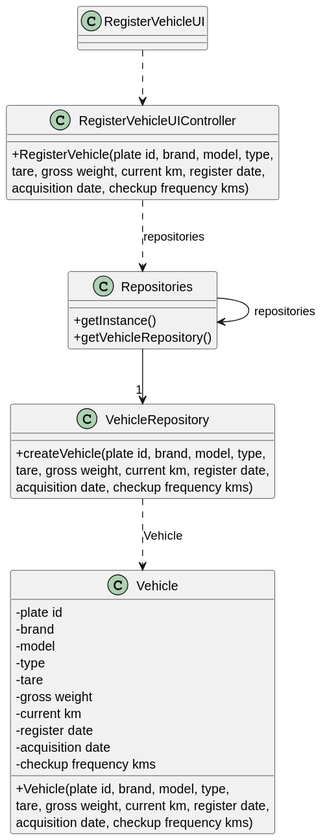
Rui-San/LAPR2_2023_2024 keeps this PlantUML diagram as docs/sprintB/us006/03.design/svg/us006-class-diagram.svg. Above is the earlier version. The source it was exported from:
```plantuml
@startuml
skinparam packageStyle rectangle
skinparam shadowing false
skinparam linetype polyline

skinparam classAttributeIconSize 0


class RegisterVehicleUI{

}

class RegisterVehicleUIController{
    +RegisterVehicle(plate id, brand, model, type,\ntare, gross weight, current km, register date,\nacquisition date, checkup frequency kms)
}

class Repositories{
    +getInstance()
    +getVehicleRepository()
}

class VehicleRepository{
    +createVehicle(plate id, brand, model, type,\ntare, gross weight, current km, register date,\nacquisition date, checkup frequency kms)
}

class Vehicle{
    -plate id
    -brand
    -model
    -type
    -tare
    -gross weight
    -current km
    -register date
    -acquisition date
    -checkup frequency kms
    +Vehicle(plate id, brand, model, type,\ntare, gross weight, current km, register date,\nacquisition date, checkup frequency kms)
}

RegisterVehicleUI ..> RegisterVehicleUIController
RegisterVehicleUIController ..> Repositories : repositories
Repositories --> Repositories : repositories
Repositories --> "1" VehicleRepository
VehicleRepository ..> Vehicle : Vehicle
@enduml
```
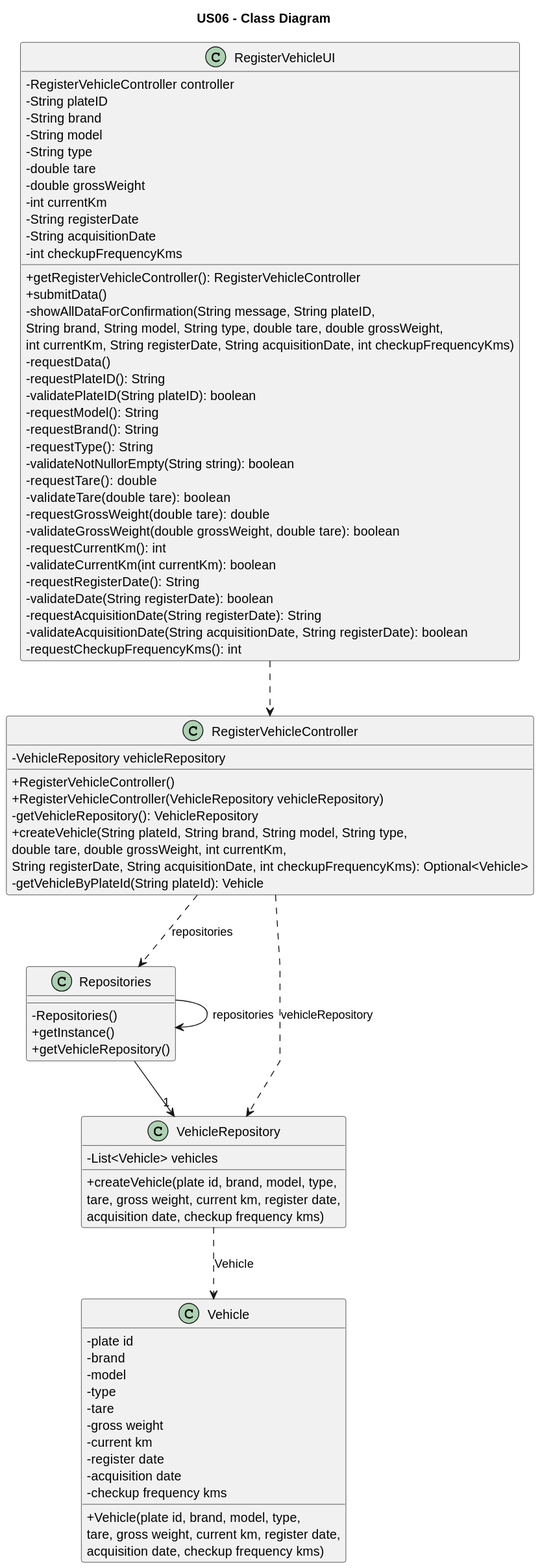
After the commit.

Commit message:
US006 - Fixed private/public methods on class diagram and new svg

Change to the diagram source:
```diff
@@ -5,21 +5,61 @@
 
 skinparam classAttributeIconSize 0
 
+Title US06 - Class Diagram
 
-class RegisterVehicleUI{
 
+class RegisterVehicleUI {
+    -RegisterVehicleController controller
+    -String plateID
+    -String brand
+    -String model
+    -String type
+    -double tare
+    -double grossWeight
+    -int currentKm
+    -String registerDate
+    -String acquisitionDate
+    -int checkupFrequencyKms
+    +getRegisterVehicleController(): RegisterVehicleController
+    +submitData()
+    -showAllDataForConfirmation(String message, String plateID, \nString brand, String model, String type, double tare, double grossWeight, \nint currentKm, String registerDate, String acquisitionDate, int checkupFrequencyKms)
+    -requestData()
+    -requestPlateID(): String
+    -validatePlateID(String plateID): boolean
+    -requestModel(): String
+    -requestBrand(): String
+    -requestType(): String
+    -validateNotNullorEmpty(String string): boolean
+    -requestTare(): double
+    -validateTare(double tare): boolean
+    -requestGrossWeight(double tare): double
+    -validateGrossWeight(double grossWeight, double tare): boolean
+    -requestCurrentKm(): int
+    -validateCurrentKm(int currentKm): boolean
+    -requestRegisterDate(): String
+    -validateDate(String registerDate): boolean
+    -requestAcquisitionDate(String registerDate): String
+    -validateAcquisitionDate(String acquisitionDate, String registerDate): boolean
+    -requestCheckupFrequencyKms(): int
 }
 
-class RegisterVehicleUIController{
-    +RegisterVehicle(plate id, brand, model, type,\ntare, gross weight, current km, register date,\nacquisition date, checkup frequency kms)
+class RegisterVehicleController {
+    -VehicleRepository vehicleRepository
+    +RegisterVehicleController()
+    +RegisterVehicleController(VehicleRepository vehicleRepository)
+    -getVehicleRepository(): VehicleRepository
+    +createVehicle(String plateId, String brand, String model, String type, \ndouble tare, double grossWeight, int currentKm, \nString registerDate, String acquisitionDate, int checkupFrequencyKms): Optional<Vehicle>
+    -getVehicleByPlateId(String plateId): Vehicle
 }
 
 class Repositories{
+    -Repositories()
     +getInstance()
     +getVehicleRepository()
 }
 
 class VehicleRepository{
+    - List<Vehicle> vehicles
     +createVehicle(plate id, brand, model, type,\ntare, gross weight, current km, register date,\nacquisition date, checkup frequency kms)
 }
 
@@ -37,9 +77,10 @@
     +Vehicle(plate id, brand, model, type,\ntare, gross weight, current km, register date,\nacquisition date, checkup frequency kms)
 }
 
-RegisterVehicleUI ..> RegisterVehicleUIController
-RegisterVehicleUIController ..> Repositories : repositories
+RegisterVehicleUI ..> RegisterVehicleController
+RegisterVehicleController ..> Repositories : repositories
 Repositories --> Repositories : repositories
 Repositories --> "1" VehicleRepository
 VehicleRepository ..> Vehicle : Vehicle
+RegisterVehicleController ..> VehicleRepository : vehicleRepository
 @enduml
```
